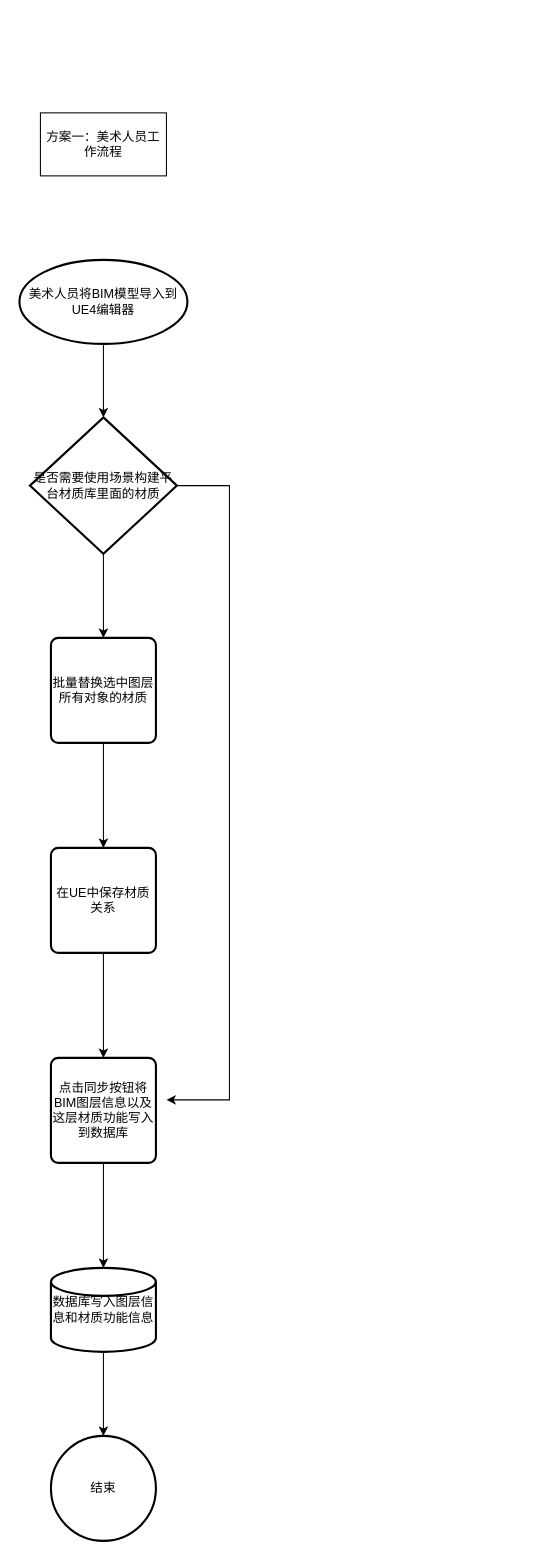
The draw.io diagram UE4 Class UML.drawio in CengJia/diagrams, before the edit. Source tidied: cells renumbered, new cells numbered last; positions are measured from the earlier drawing's top-left corner, leaving out a move shared by most shapes. Both pictures are drawn from the tidied source at 105%, with x=0, y=0 at pixel (19, 112).
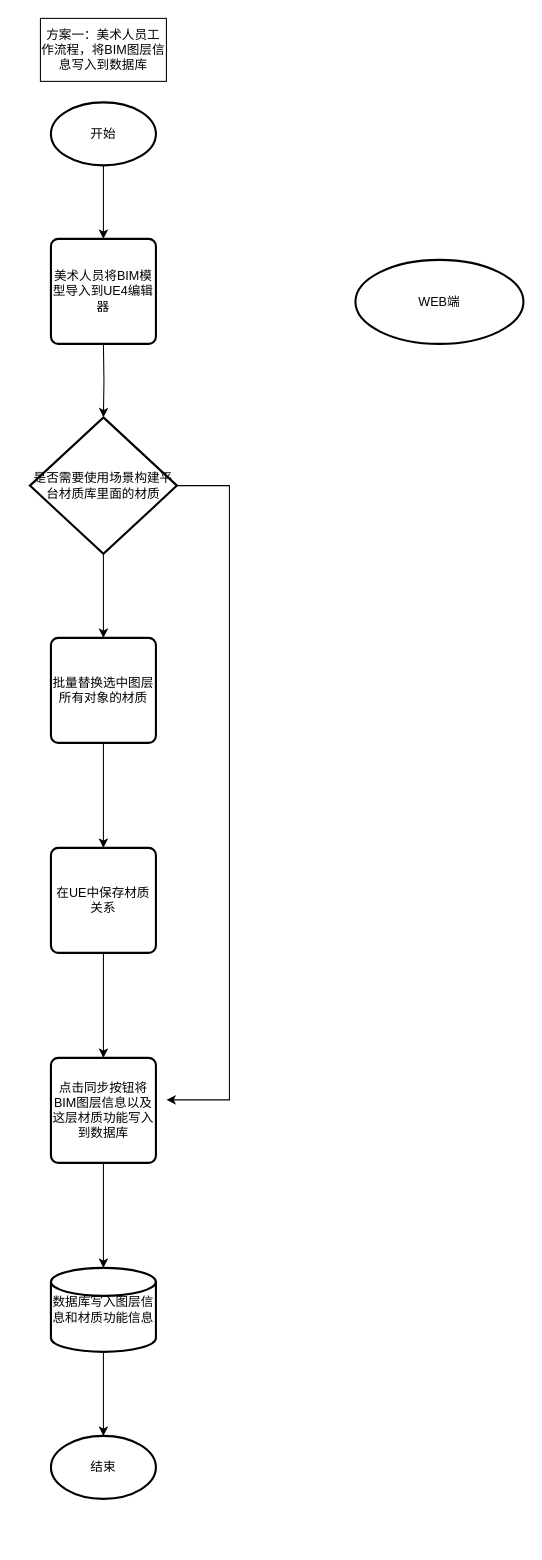
The same diagram, later.

Unchanged cells that the change refers to:
```xml
<mxCell id="6" value="是否需要使用场景构建平台材质库里面的材质" style="strokeWidth=2;html=1;shape=mxgraph.flowchart.decision;whiteSpace=wrap;" parent="1" vertex="1">
  <mxGeometry x="10" y="290" width="140" height="130" as="geometry" />
</mxCell>
<mxCell id="15" value="数据库写入图层信息和材质功能信息&lt;br&gt;" style="strokeWidth=2;html=1;shape=mxgraph.flowchart.database;whiteSpace=wrap;" parent="1" vertex="1">
  <mxGeometry x="30" y="1100" width="100" height="80" as="geometry" />
</mxCell>
```

Diff of the diagram source:
```diff
@@
-    <mxCell id="2" style="edgeStyle=orthogonalEdgeStyle;rounded=0;jettySize=auto;html=1;exitX=0.5;exitY=1;exitDx=0;exitDy=0;exitPerimeter=0;entryX=0.5;entryY=0;entryDx=0;entryDy=0;entryPerimeter=0;" parent="1" edge="1" source="3" target="6">
-      <mxGeometry relative="1" as="geometry" />
+    <mxCell id="2" style="edgeStyle=orthogonalEdgeStyle;rounded=0;jettySize=auto;html=1;exitX=0.5;exitY=1;exitDx=0;exitDy=0;exitPerimeter=0;entryX=0.5;entryY=0;entryDx=0;entryDy=0;entryPerimeter=0;" parent="1" edge="1" target="6">
+      <mxGeometry relative="1" as="geometry">
+        <mxPoint x="80" y="220" as="sourcePoint" />
+      </mxGeometry>
     </mxCell>
-    <mxCell id="3" value="美术人员将BIM模型导入到UE4编辑器" style="strokeWidth=2;html=1;shape=mxgraph.flowchart.start_1;whiteSpace=wrap;" parent="1" vertex="1">
-      <mxGeometry y="140" width="160" height="80" as="geometry" />
-    </mxCell>
@@
-    <mxCell id="7" value="方案一：美术人员工作流程" style="rounded=0;whiteSpace=wrap;html=1;" parent="1" vertex="1">
-      <mxGeometry x="20" width="120" height="60" as="geometry" />
+    <mxCell id="7" value="方案一：美术人员工作流程，将BIM图层信息写入到数据库" style="rounded=0;whiteSpace=wrap;html=1;" parent="1" vertex="1">
+      <mxGeometry x="20" y="-90" width="120" height="60" as="geometry" />
     </mxCell>
@@
-    <mxCell id="14" style="edgeStyle=orthogonalEdgeStyle;rounded=0;jettySize=auto;html=1;" parent="1" edge="1" source="15" target="16">
-      <mxGeometry relative="1" as="geometry" />
+    <mxCell id="14" style="edgeStyle=orthogonalEdgeStyle;rounded=0;jettySize=auto;html=1;" parent="1" edge="1" source="15">
+      <mxGeometry relative="1" as="geometry">
+        <mxPoint x="80" y="1260" as="targetPoint" />
+      </mxGeometry>
     </mxCell>
@@
+    <mxCell id="17" value="WEB端" style="strokeWidth=2;html=1;shape=mxgraph.flowchart.start_1;whiteSpace=wrap;" parent="1" vertex="1">
+      <mxGeometry x="320" y="140" width="160" height="80" as="geometry" />
+    </mxCell>
-    <mxCell id="16" value="结束" style="strokeWidth=2;html=1;shape=mxgraph.flowchart.start_2;whiteSpace=wrap;" parent="1" vertex="1">
-      <mxGeometry x="30" y="1260" width="100" height="100" as="geometry" />
+    <mxCell id="16" value="结束" style="strokeWidth=2;html=1;shape=mxgraph.flowchart.start_1;whiteSpace=wrap;" parent="1" vertex="1">
+      <mxGeometry x="30" y="1260" width="100" height="60" as="geometry" />
     </mxCell>
+    <mxCell id="3" value="美术人员将BIM模型导入到UE4编辑器" style="rounded=1;whiteSpace=wrap;html=1;absoluteArcSize=1;arcSize=14;strokeWidth=2;" parent="1" vertex="1">
+      <mxGeometry x="30" y="120" width="100" height="100" as="geometry" />
+    </mxCell>
+    <mxCell id="18" style="edgeStyle=orthogonalEdgeStyle;rounded=0;jettySize=auto;html=1;" parent="1" edge="1" source="19" target="3">
+      <mxGeometry relative="1" as="geometry" />
+    </mxCell>
+    <mxCell id="19" value="开始" style="strokeWidth=2;html=1;shape=mxgraph.flowchart.start_1;whiteSpace=wrap;" parent="1" vertex="1">
+      <mxGeometry x="30" y="-10" width="100" height="60" as="geometry" />
+    </mxCell>
```
